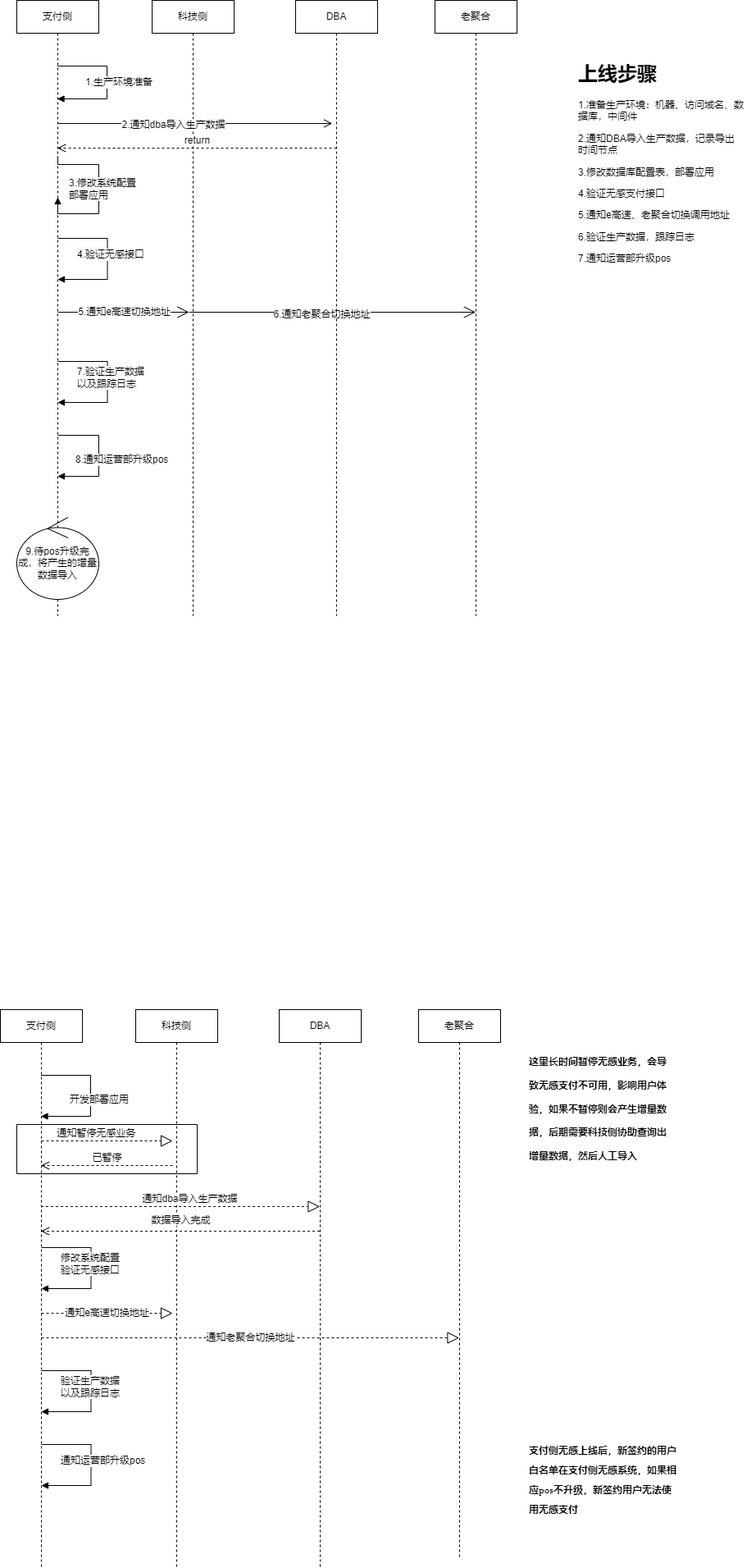
Before: 无感支付上线.png, a diagram exported from draw.io (songyibo2019/mydiagrams). Source tidied: cells renumbered, new cells last; positions are measured from the earlier drawing's top-left corner, leaving out a move shared by most shapes.
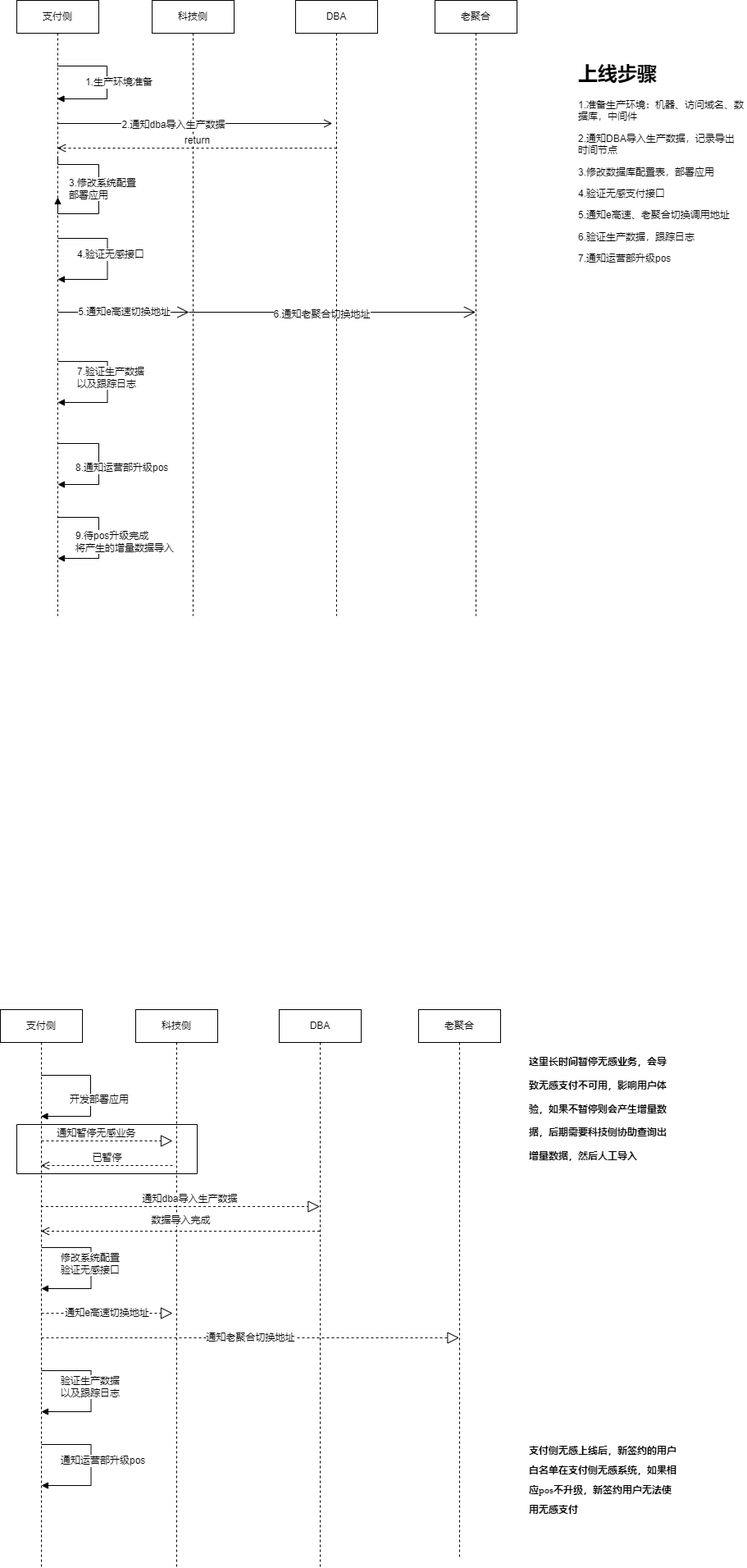
Later version of the same file.

Commit message:
Update 无感支付上线.png

Change to the diagram source:
```diff
@@ -145,9 +145,26 @@
         <mxPoint x="20" as="offset" />
       </mxGeometry>
     </mxCell>
-    <mxCell id="26" value="9.待pos升级完成，将产生的增量数据导入" style="ellipse;shape=umlControl;whiteSpace=wrap;html=1;fontSize=12;" parent="21" vertex="1">
-      <mxGeometry y="630" width="100" height="100" as="geometry" />
-    </mxCell>
+    <mxCell id="36" value="9.待pos升级完成&lt;br&gt;将产生的增量数据导入" style="edgeStyle=orthogonalEdgeStyle;html=1;align=left;spacingLeft=2;endArrow=block;rounded=0;fontSize=12;" parent="21" edge="1">
+      <mxGeometry x="0.77" y="-20" relative="1" as="geometry">
+        <mxPoint x="50" y="630" as="sourcePoint" />
+        <mxPoint x="50" y="680" as="targetPoint" />
+        <Array as="points">
+          <mxPoint x="100" y="630" />
+          <mxPoint x="100" y="680" />
+        </Array>
+      </mxGeometry>
+    </mxCell>
+    <mxCell id="39" value="8.通知运营部升级pos" style="edgeStyle=orthogonalEdgeStyle;html=1;align=left;spacingLeft=2;endArrow=block;rounded=0;fontSize=12;" parent="21" edge="1">
+      <mxGeometry x="0.77" y="-20" relative="1" as="geometry">
+        <mxPoint x="50" y="540" as="sourcePoint" />
+        <mxPoint x="50" y="590" as="targetPoint" />
+        <Array as="points">
+          <mxPoint x="100" y="540" />
+          <mxPoint x="100" y="590" />
+        </Array>
+      </mxGeometry>
+    </mxCell>
     <mxCell id="27" value="科技侧" style="shape=umlLifeline;perimeter=lifelinePerimeter;whiteSpace=wrap;html=1;fontSize=12;" parent="1" vertex="1">
       <mxGeometry x="185" width="100" height="750" as="geometry" />
     </mxCell>
@@ -193,16 +210,6 @@
     <mxCell id="35" value="老聚合" style="shape=umlLifeline;perimeter=lifelinePerimeter;whiteSpace=wrap;html=1;outlineConnect=0;fontSize=12;" parent="1" vertex="1">
       <mxGeometry x="530" width="100" height="750" as="geometry" />
     </mxCell>
-    <mxCell id="36" value="8.通知运营部升级pos" style="edgeStyle=orthogonalEdgeStyle;html=1;align=left;spacingLeft=2;endArrow=block;rounded=0;fontSize=12;" parent="1" edge="1">
-      <mxGeometry x="0.77" y="-20" relative="1" as="geometry">
-        <mxPoint x="70" y="530" as="sourcePoint" />
-        <mxPoint x="70" y="580" as="targetPoint" />
-        <Array as="points">
-          <mxPoint x="120" y="530" />
-          <mxPoint x="120" y="580" />
-        </Array>
-      </mxGeometry>
-    </mxCell>
     <mxCell id="37" value="return" style="html=1;verticalAlign=bottom;endArrow=open;dashed=1;endSize=8;rounded=0;" parent="1" edge="1" target="21">
       <mxGeometry relative="1" as="geometry">
         <mxPoint x="410" y="180" as="sourcePoint" />
```
